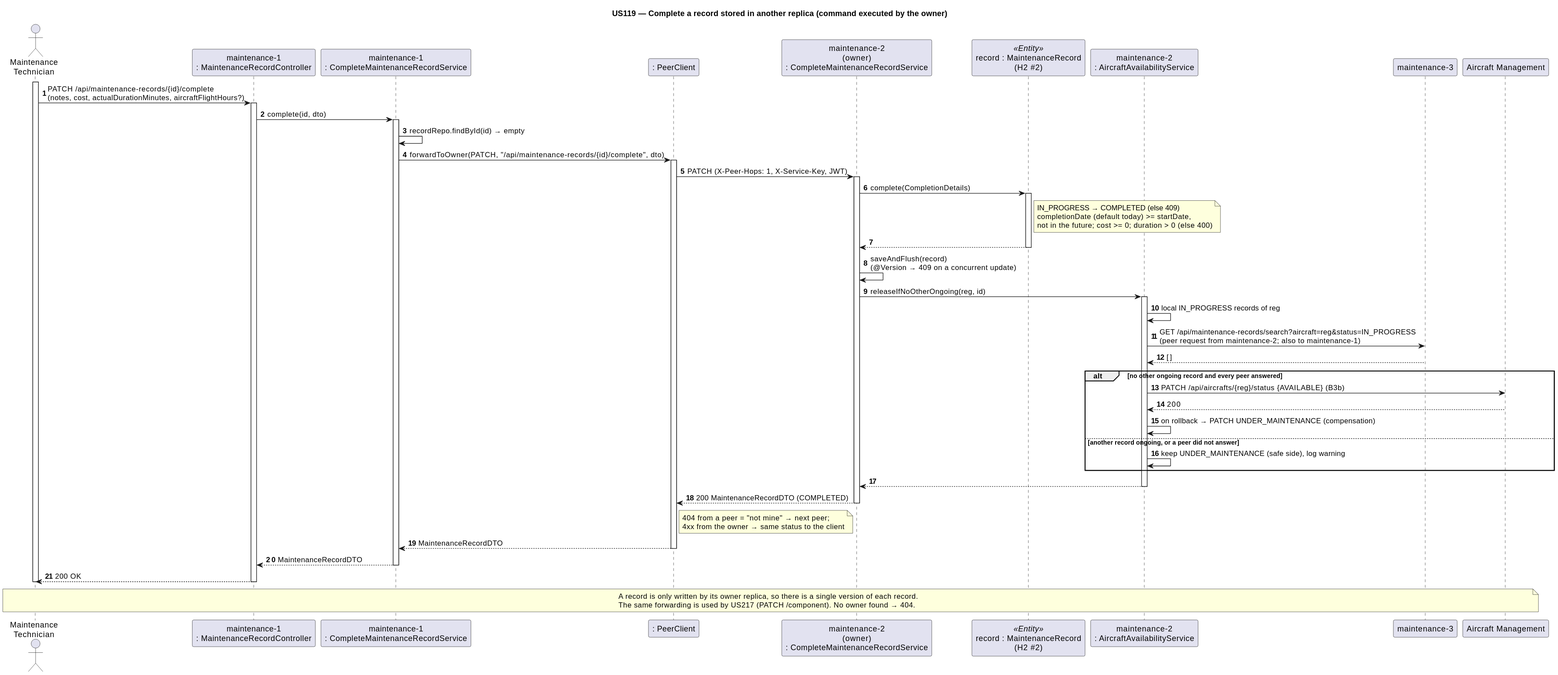
caetanotiago/Project_SIDIS keeps this PlantUML diagram as docs/5-scenarios/maintenance/svg/Maintenance-SD-CompleteRecord.svg. Above is the earlier version.
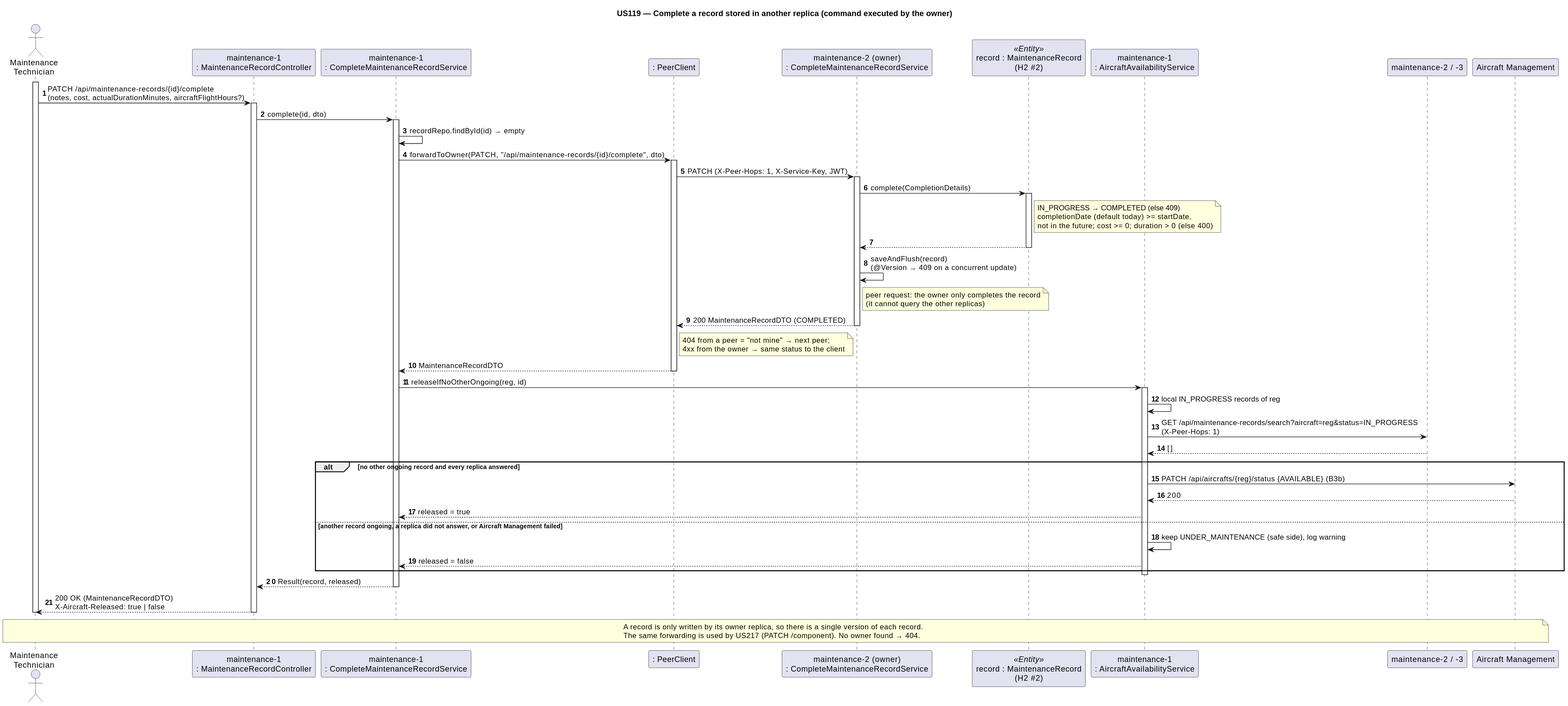
After the commit.

Change to the diagram source:
```diff
@@ -5,10 +5,10 @@
 participant "maintenance-1\n: MaintenanceRecordController" as Ctrl
 participant "maintenance-1\n: CompleteMaintenanceRecordService" as S1
 participant ": PeerClient" as Peers
-participant "maintenance-2\n(owner)\n: CompleteMaintenanceRecordService" as S2
+participant "maintenance-2 (owner)\n: CompleteMaintenanceRecordService" as S2
 participant "record : MaintenanceRecord\n(H2 #2)" as Rec <<Entity>>
-participant "maintenance-2\n: AircraftAvailabilityService" as Avail
-participant "maintenance-3" as R3
+participant "maintenance-1\n: AircraftAvailabilityService" as Avail
+participant "maintenance-2 / -3" as Others
 participant "Aircraft Management" as AM
 
 activate User
@@ -31,28 +31,30 @@
 Rec --> S2
 deactivate Rec
 S2 -> S2 : saveAndFlush(record)\n(@Version → 409 on a concurrent update)
-S2 -> Avail : releaseIfNoOtherOngoing(reg, id)
-activate Avail
-Avail -> Avail : local IN_PROGRESS records of reg
-Avail -> R3 : GET /api/maintenance-records/search?aircraft=reg&status=IN_PROGRESS\n(peer request from maintenance-2; also to maintenance-1)
-R3 --> Avail : []
-alt no other ongoing record and every peer answered
-    Avail -> AM : PATCH /api/aircrafts/{reg}/status {AVAILABLE} (B3b)
-    AM --> Avail : 200
-    Avail -> Avail : on rollback → PATCH UNDER_MAINTENANCE (compensation)
-else another record ongoing, or a peer did not answer
-    Avail -> Avail : keep UNDER_MAINTENANCE (safe side), log warning
-end
-Avail --> S2
-deactivate Avail
+note right of S2 : peer request: the owner only completes the record\n(it cannot query the other replicas)
 S2 --> Peers : 200 MaintenanceRecordDTO (COMPLETED)
 deactivate S2
 note right of Peers : 404 from a peer = "not mine" → next peer;\n4xx from the owner → same status to the client
 Peers --> S1 : MaintenanceRecordDTO
 deactivate Peers
-S1 --> Ctrl : MaintenanceRecordDTO
+
+S1 -> Avail : releaseIfNoOtherOngoing(reg, id)
+activate Avail
+Avail -> Avail : local IN_PROGRESS records of reg
+Avail -> Others : GET /api/maintenance-records/search?aircraft=reg&status=IN_PROGRESS\n(X-Peer-Hops: 1)
+Others --> Avail : []
+alt no other ongoing record and every replica answered
+    Avail -> AM : PATCH /api/aircrafts/{reg}/status {AVAILABLE} (B3b)
+    AM --> Avail : 200
+    Avail --> S1 : released = true
+else another record ongoing, a replica did not answer, or Aircraft Management failed
+    Avail -> Avail : keep UNDER_MAINTENANCE (safe side), log warning
+    Avail --> S1 : released = false
+end
+deactivate Avail
+S1 --> Ctrl : Result(record, released)
 deactivate S1
-Ctrl --> User : 200 OK
+Ctrl --> User : 200 OK (MaintenanceRecordDTO)\nX-Aircraft-Released: true | false
 deactivate Ctrl
 deactivate User
 
```
